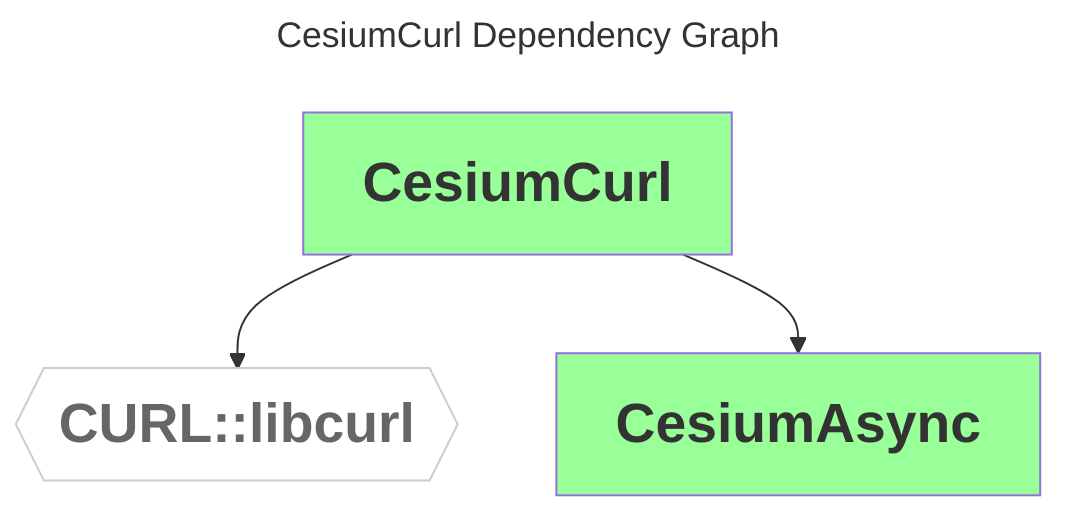
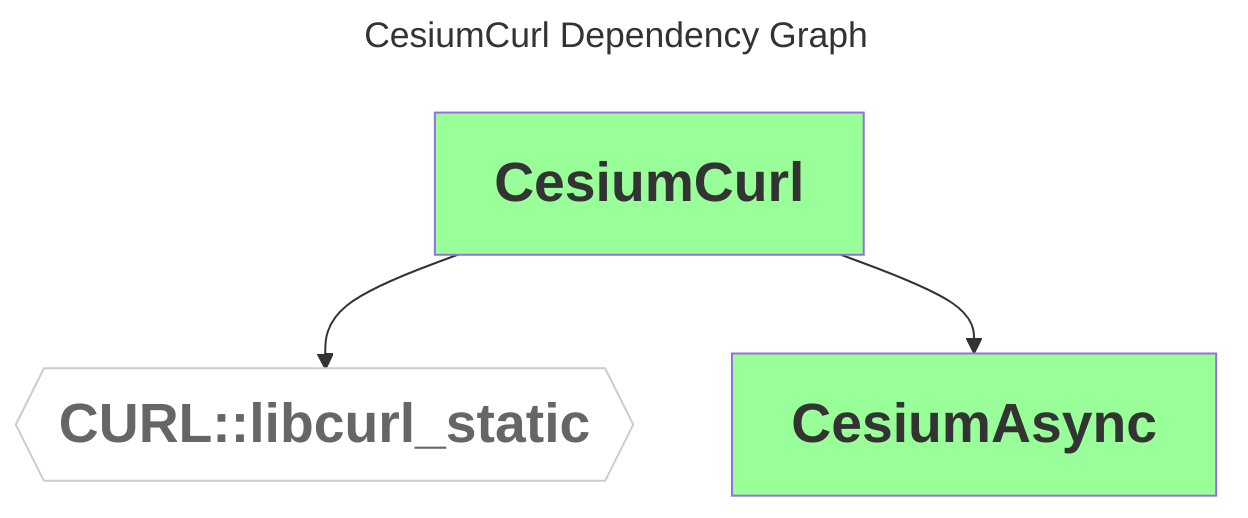
---
comment: This file was generated by dep-graph-gen. DO NOT EDIT THIS FILE!

title: CesiumCurl Dependency Graph
---
graph TD
  classDef dependencyNode fill:#fff,stroke:#ccc,color:#666,font-weight:bold,font-size:28px
  classDef libraryNode fill:#9f9,font-weight:bold,font-size:28px
-   CesiumCurl[CesiumCurl] --> CURL_libcurl{{CURL::libcurl}}
+   CesiumCurl[CesiumCurl] --> CURL_libcurl_static{{CURL::libcurl_static}}
  CesiumCurl[CesiumCurl] --> CesiumAsync[CesiumAsync]
-   class CURL_libcurl dependencyNode
+   class CURL_libcurl_static dependencyNode
  class CesiumAsync,CesiumCurl libraryNode
